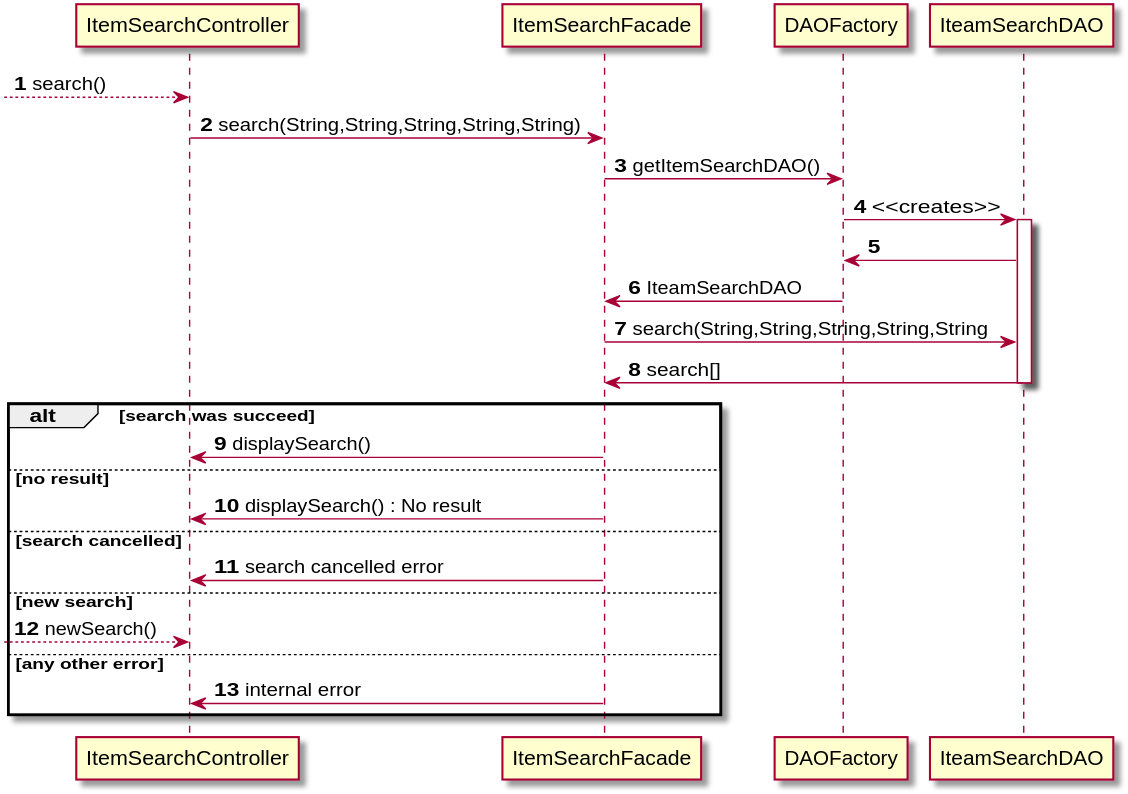
The PlantUML diagram specifications/software-design/item-search/item-search-sequence-diagram.svg in BrokenSwing/Comixaire, before a commit. Its diagram source:
```plantuml
@startuml
autonumber

--> ItemSearchController: search()
ItemSearchController -> ItemSearchFacade: search(String,String,String,String,String)
ItemSearchFacade -> DAOFactory : getItemSearchDAO()
DAOFactory -> IteamSearchDAO ++ : <<creates>>
IteamSearchDAO -> DAOFactory
DAOFactory -> ItemSearchFacade : IteamSearchDAO
ItemSearchFacade -> IteamSearchDAO : search(String,String,String,String,String
IteamSearchDAO -> ItemSearchFacade : search[]
deactivate IteamSearchDAO
alt search was succeed
  ItemSearchFacade -> ItemSearchController : displaySearch()
else no result
  ItemSearchFacade -> ItemSearchController: displaySearch() : No result
else search cancelled
  ItemSearchFacade -> ItemSearchController: search cancelled error
else new search
  --> ItemSearchController: newSearch()
else any other error
  ItemSearchFacade -> ItemSearchController: internal error
end
@enduml
```
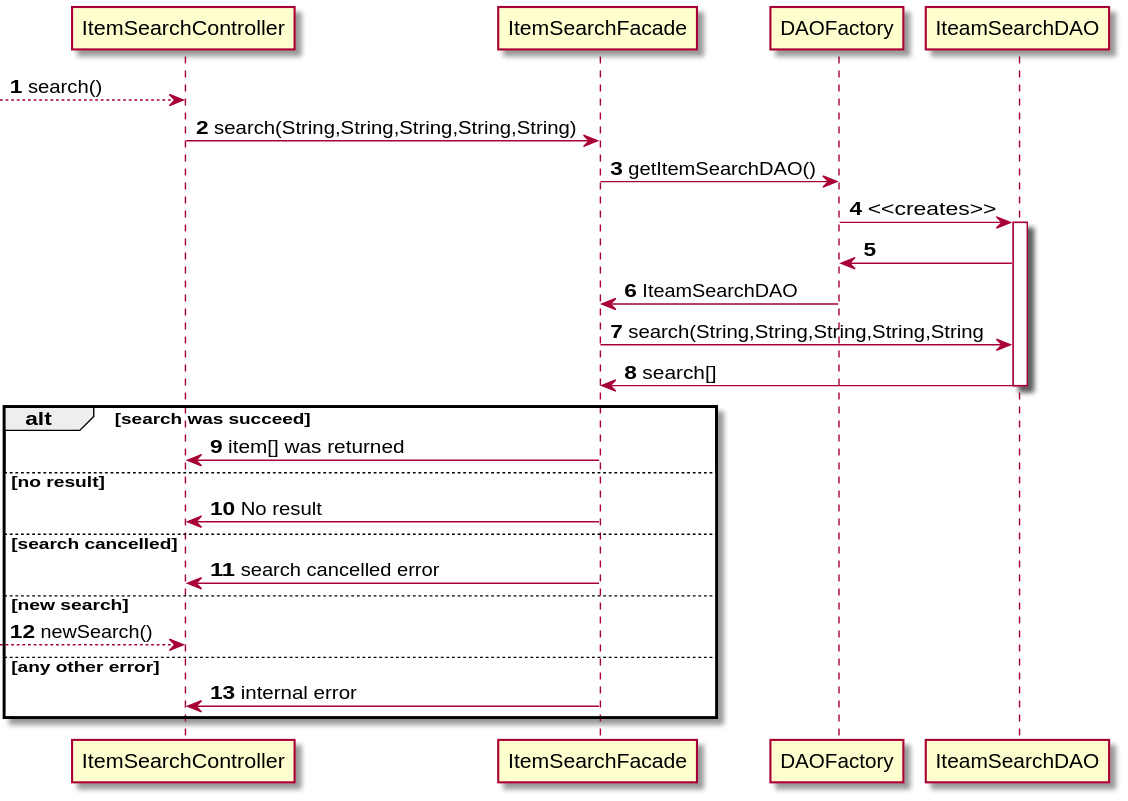
After the commit.

Commit message:
Consult-logs diagram and item search updated

The edit, as a diff of the source:
```diff
@@ -11,9 +11,9 @@
 IteamSearchDAO -> ItemSearchFacade : search[]
 deactivate IteamSearchDAO
 alt search was succeed
-  ItemSearchFacade -> ItemSearchController : displaySearch()
+  ItemSearchFacade -> ItemSearchController : item[] was returned
 else no result
-  ItemSearchFacade -> ItemSearchController: displaySearch() : No result
+  ItemSearchFacade -> ItemSearchController: No result
 else search cancelled
   ItemSearchFacade -> ItemSearchController: search cancelled error
 else new search
```
